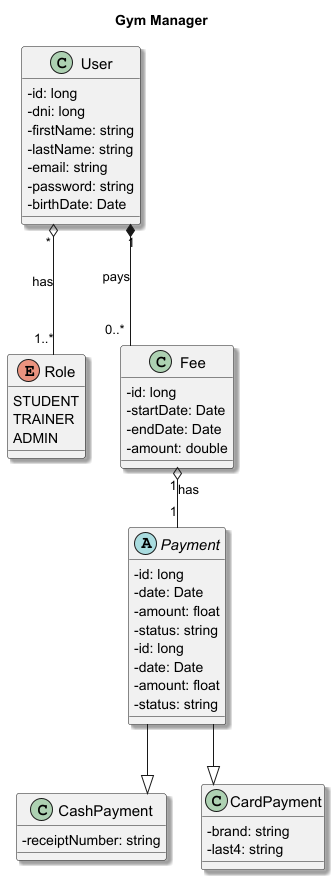
Giov097/gym-manager keeps this PlantUML diagram as GymManager-docs/img/classes.png. Above is the earlier version. Source of this version:
```plantuml
@startuml Gym Manager
title Gym Manager
skinparam linetype ortho
skinparam classAttributeIconSize 0
skinparam shadowing true
skinparam classFontSize 15
skinparam classFontName "Roboto"


class User {
    - id: long
    - dni: long
    - firstName: string
    - lastName: string
    - email: string
    - password: string
    - birthDate: Date
}

enum Role {
    STUDENT
    TRAINER
    ADMIN
}

class Fee {
    - id: long
    - startDate: Date
    - endDate: Date
    - amount: double
}

class Payment {
    - id: long
    - date: Date
    - amount: float
    - status: string
}

abstract class Payment {
- id: long
- date: Date
- amount: float
- status: string
}

class CashPayment {
- receiptNumber: string
}

class CardPayment {
- brand: string
- last4: string
}

Payment --|> CardPayment
Payment --|> CashPayment



User "*" o--- "1..*" Role : has
User "1" *--- "0..*" Fee : pays
Fee "1" o-- "1" Payment : has


@enduml
```
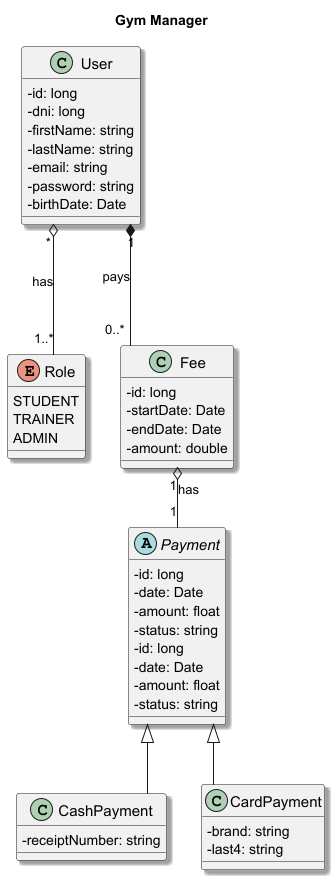
Above is the later version.

Commit message:
updated class diagram

Diff of the diagram source:
```diff
@@ -53,8 +53,8 @@
 - last4: string
 }
 
-Payment --|> CardPayment
-Payment --|> CashPayment
+Payment <|-- CardPayment
+Payment <|-- CashPayment
 
 
 
```
